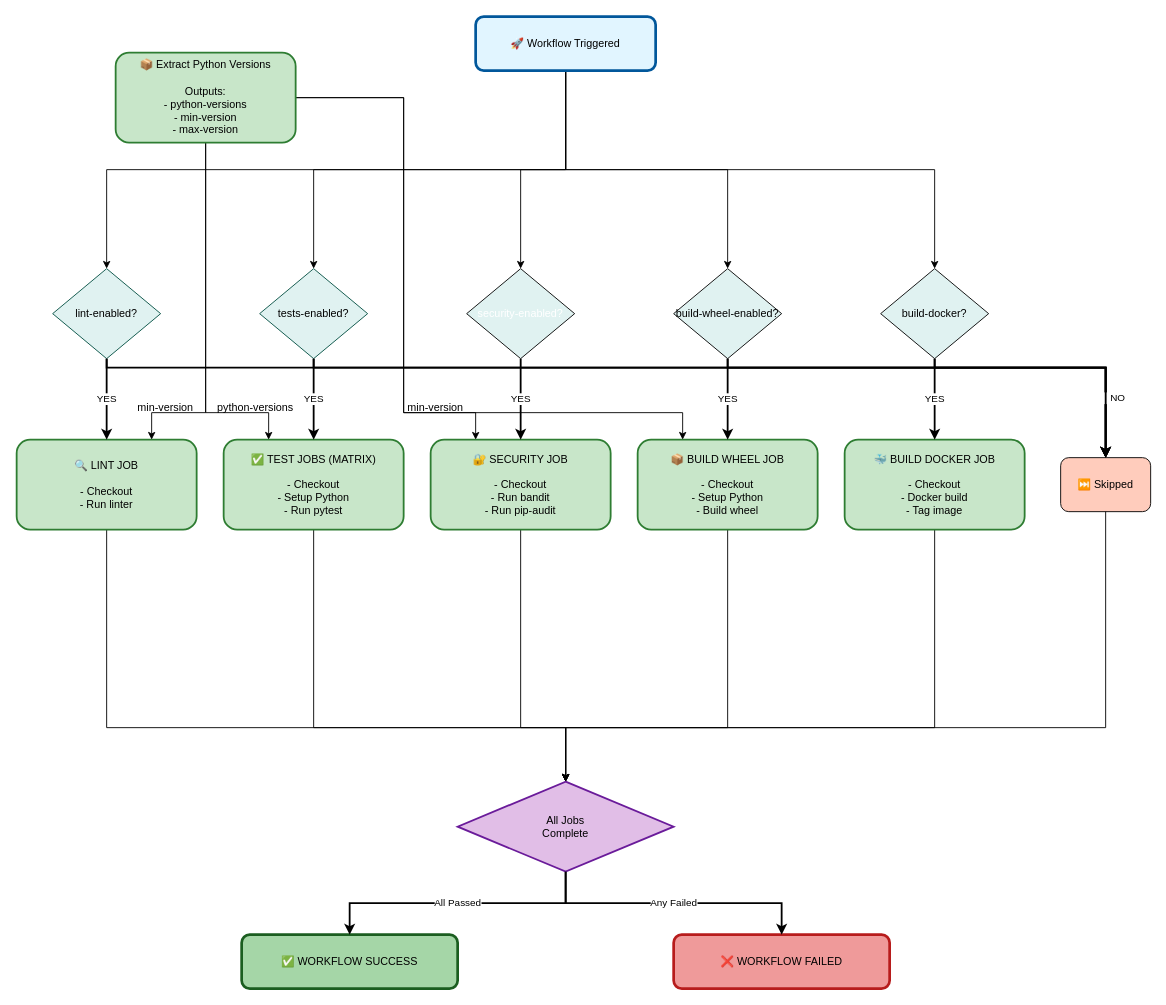
This is .github/workflows/CI-PYTHON-WORKFLOW.drawio from m4nh/shared-cicd, a draw.io file, before an edit. Source tidied: cells renumbered, new cells numbered last; positions are measured from the earlier drawing's top-left corner, leaving out a move shared by most shapes. Both pictures are drawn from the tidied source at 90%, with x=0, y=0 at pixel (16, 16).
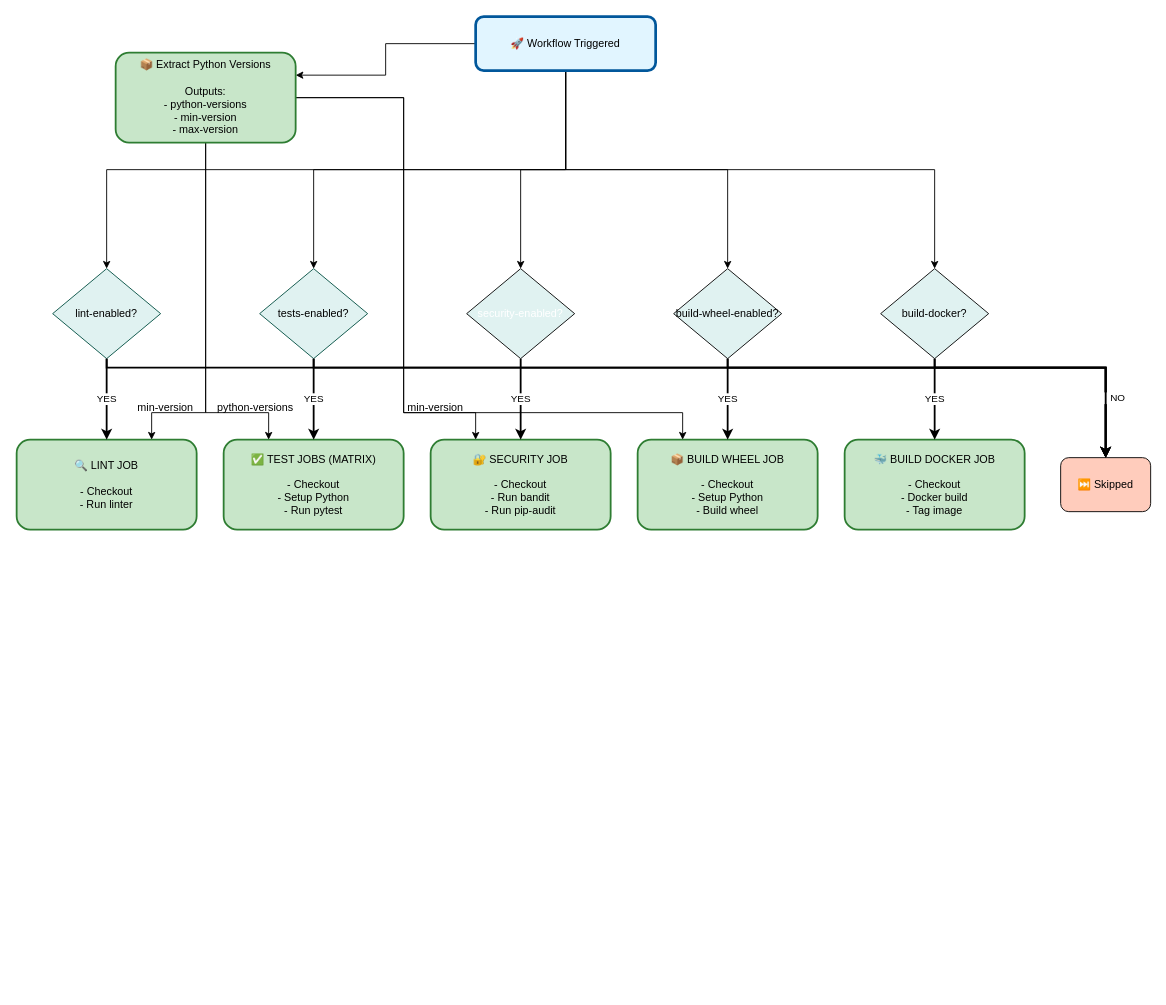
The same diagram, later.

Commit message (it also covers changes not shown here):
feat: :sparkles: Added snapshot workflow

The change refers to these unchanged cells:
```xml
<mxCell id="7" value="🚀 Workflow Triggered" style="rounded=1;whiteSpace=wrap;html=1;fillColor=#e1f5ff;strokeColor=#01579b;strokeWidth=3;" parent="1" vertex="1">
  <mxGeometry x="510" width="200" height="60" as="geometry" />
</mxCell>
<mxCell id="13" value="🔍 LINT JOB&lt;br&gt;&lt;br&gt;- Checkout&lt;br&gt;- Run linter" style="rounded=1;whiteSpace=wrap;html=1;fillColor=#c8e6c9;strokeColor=#2e7d32;strokeWidth=2;" parent="1" vertex="1">
  <mxGeometry y="470" width="200" height="100" as="geometry" />
</mxCell>
<mxCell id="17" value="✅ TEST JOBS (MATRIX)&lt;br&gt;&lt;br&gt;- Checkout&lt;br&gt;- Setup Python&lt;br&gt;- Run pytest" style="rounded=1;whiteSpace=wrap;html=1;fillColor=#c8e6c9;strokeColor=#2e7d32;strokeWidth=2;" parent="1" vertex="1">
  <mxGeometry x="230" y="470" width="200" height="100" as="geometry" />
</mxCell>
<mxCell id="21" value="🔐 SECURITY JOB&lt;br&gt;&lt;br&gt;- Checkout&lt;br&gt;- Run bandit&lt;br&gt;- Run pip-audit" style="rounded=1;whiteSpace=wrap;html=1;fillColor=#c8e6c9;strokeColor=#2e7d32;strokeWidth=2;" parent="1" vertex="1">
  <mxGeometry x="460" y="470" width="200" height="100" as="geometry" />
</mxCell>
<mxCell id="24" value="📦 BUILD WHEEL JOB&lt;br&gt;&lt;br&gt;- Checkout&lt;br&gt;- Setup Python&lt;br&gt;- Build wheel" style="rounded=1;whiteSpace=wrap;html=1;fillColor=#c8e6c9;strokeColor=#2e7d32;strokeWidth=2;" parent="1" vertex="1">
  <mxGeometry x="690" y="470" width="200" height="100" as="geometry" />
</mxCell>
<mxCell id="29" value="🐳 BUILD DOCKER JOB&#10;&#10;- Checkout&#10;- Docker build&#10;- Tag image" style="rounded=1;whiteSpace=wrap;html=1;fillColor=#c8e6c9;strokeColor=#2e7d32;strokeWidth=2;" parent="1" vertex="1">
  <mxGeometry x="920" y="470" width="200" height="100" as="geometry" />
</mxCell>
<mxCell id="31" value="⏭️ Skipped" style="rounded=1;whiteSpace=wrap;html=1;fillColor=#ffccbc;strokeColor:#bf360c;" parent="1" vertex="1">
  <mxGeometry x="1160" y="490" width="100" height="60" as="geometry" />
</mxCell>
<mxCell id="45" value="&lt;font&gt;📦 Extract Python Versions&lt;br style=&quot;scrollbar-color: rgb(75, 75, 75) rgb(27, 29, 30);&quot;&gt;&lt;br style=&quot;scrollbar-color: rgb(75, 75, 75) rgb(27, 29, 30);&quot;&gt;Outputs:&lt;br style=&quot;scrollbar-color: rgb(75, 75, 75) rgb(27, 29, 30);&quot;&gt;&lt;font&gt;- python-versions&lt;br style=&quot;scrollbar-color: rgb(75, 75, 75) rgb(27, 29, 30);&quot;&gt;&lt;/font&gt;- min-version&lt;br style=&quot;scrollbar-color: rgb(75, 75, 75) rgb(27, 29, 30);&quot;&gt;- max-version&lt;/font&gt;" style="rounded=1;whiteSpace=wrap;html=1;fillColor=#c8e6c9;strokeColor=#2e7d32;strokeWidth=2;" parent="1" vertex="1">
  <mxGeometry x="110" y="40" width="200" height="100" as="geometry" />
</mxCell>
```

Diff of the diagram source:
```diff
@@
+    <mxCell id="49" style="edgeStyle=orthogonalEdgeStyle;html=1;exitX=0;exitY=0.5;exitDx=0;exitDy=0;entryX=1;entryY=0.25;entryDx=0;entryDy=0;rounded=0;curved=0;" parent="1" edge="1" source="7" target="45">
+      <mxGeometry relative="1" as="geometry" />
+    </mxCell>
@@
-    <mxCell id="12" style="edgeStyle=orthogonalEdgeStyle;html=1;entryX=0.5;entryY=0;entryDx=0;entryDy=0;rounded=0;curved=0;" parent="1" edge="1" source="13" target="33">
-      <mxGeometry relative="1" as="geometry">
-        <Array as="points">
-          <mxPoint x="100" y="790" />
-          <mxPoint x="610" y="790" />
-        </Array>
-      </mxGeometry>
-    </mxCell>
@@
-    <mxCell id="16" style="edgeStyle=orthogonalEdgeStyle;html=1;entryX=0.5;entryY=0;entryDx=0;entryDy=0;rounded=0;curved=0;" parent="1" edge="1" source="17" target="33">
-      <mxGeometry relative="1" as="geometry">
-        <Array as="points">
-          <mxPoint x="330" y="790" />
-          <mxPoint x="610" y="790" />
-        </Array>
-      </mxGeometry>
-    </mxCell>
@@
-    <mxCell id="20" style="edgeStyle=orthogonalEdgeStyle;html=1;rounded=0;curved=0;" parent="1" edge="1" source="21" target="33">
-      <mxGeometry relative="1" as="geometry">
-        <Array as="points">
-          <mxPoint x="560" y="790" />
-          <mxPoint x="610" y="790" />
-        </Array>
-      </mxGeometry>
-    </mxCell>
@@
-    <mxCell id="23" style="edgeStyle=orthogonalEdgeStyle;html=1;entryX=0.5;entryY=0;entryDx=0;entryDy=0;rounded=0;curved=0;" parent="1" edge="1" source="24" target="33">
-      <mxGeometry relative="1" as="geometry">
-        <Array as="points">
-          <mxPoint x="790" y="790" />
-          <mxPoint x="610" y="790" />
-        </Array>
-      </mxGeometry>
-    </mxCell>
@@
-    <mxCell id="28" style="edgeStyle=orthogonalEdgeStyle;html=1;entryX=0.5;entryY=0;entryDx=0;entryDy=0;exitX=0.5;exitY=1;exitDx=0;exitDy=0;rounded=0;curved=0;" parent="1" edge="1" source="29" target="33">
-      <mxGeometry relative="1" as="geometry">
-        <Array as="points">
-          <mxPoint x="1020" y="790" />
-          <mxPoint x="610" y="790" />
-        </Array>
-      </mxGeometry>
-    </mxCell>
@@
-    <mxCell id="33" value="All Jobs&#10;Complete" style="rhombus;whiteSpace=wrap;html=1;fillColor=#e1bee7;strokeColor=#6a1b9a;strokeWidth=2;" parent="1" vertex="1">
-      <mxGeometry x="490" y="850" width="240" height="100" as="geometry" />
-    </mxCell>
-    <mxCell id="34" style="edgeStyle=orthogonalEdgeStyle;rounded=0;jettySize=auto;html=1;strokeWidth=1;" parent="1" edge="1" source="31" target="33">
-      <mxGeometry relative="1" as="geometry">
-        <Array as="points">
-          <mxPoint x="1210" y="790" />
-          <mxPoint x="610" y="790" />
-        </Array>
-      </mxGeometry>
-    </mxCell>
-    <mxCell id="35" value="✅ WORKFLOW SUCCESS" style="rounded=1;whiteSpace=wrap;html=1;fillColor=#a5d6a7;strokeColor=#1b5e20;strokeWidth=3;" parent="1" vertex="1">
-      <mxGeometry x="250" y="1020" width="240" height="60" as="geometry" />
-    </mxCell>
-    <mxCell id="36" value="All Passed" style="edgeStyle=orthogonalEdgeStyle;rounded=0;jettySize=auto;html=1;strokeWidth=2;" parent="1" edge="1" source="33" target="35">
-      <mxGeometry relative="1" as="geometry" />
-    </mxCell>
-    <mxCell id="37" value="❌ WORKFLOW FAILED" style="rounded=1;whiteSpace=wrap;html=1;fillColor=#ef9a9a;strokeColor=#b71c1c;strokeWidth=3;" parent="1" vertex="1">
-      <mxGeometry x="730" y="1020" width="240" height="60" as="geometry" />
-    </mxCell>
-    <mxCell id="38" value="Any Failed" style="edgeStyle=orthogonalEdgeStyle;rounded=0;jettySize=auto;html=1;strokeWidth=2;" parent="1" edge="1" source="33" target="37">
-      <mxGeometry relative="1" as="geometry" />
-    </mxCell>
```
